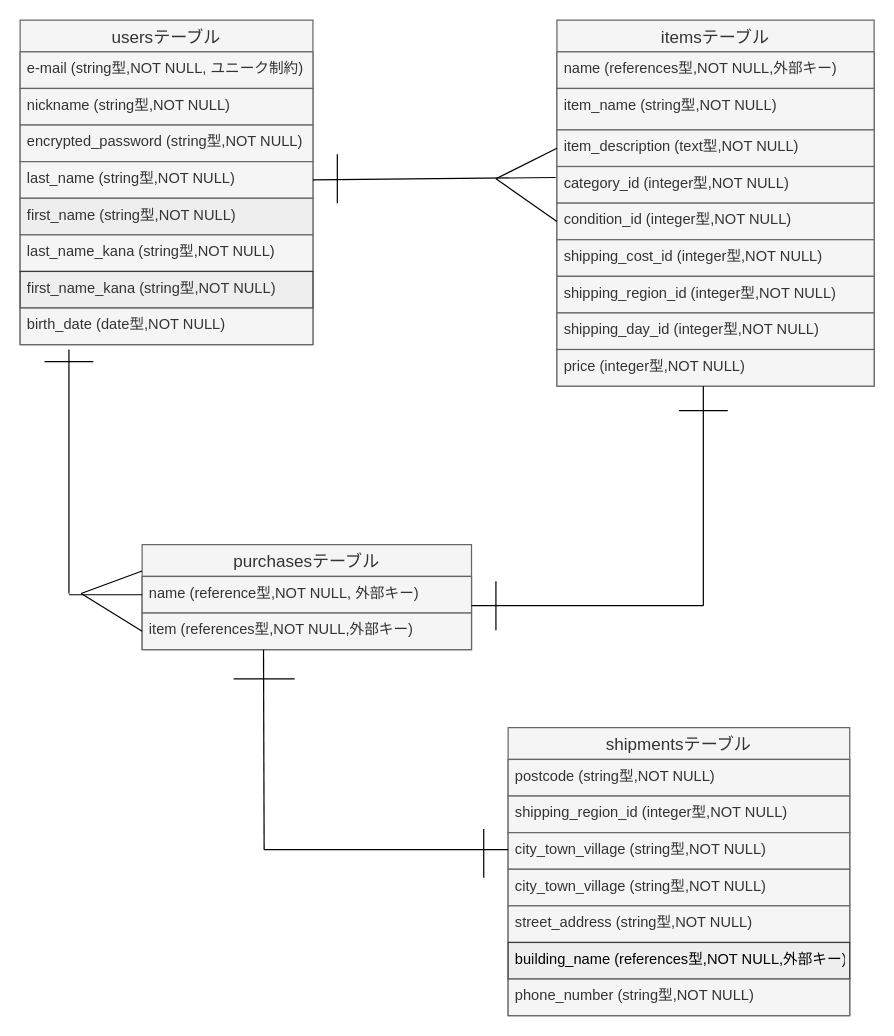
This is er.dio from BR9-2020/furima-39597, a draw.io file, before an edit. Source tidied: cells renumbered, new cells numbered last; positions are measured from the earlier drawing's top-left corner, leaving out a move shared by most shapes. Both pictures are drawn from the tidied source at 122%, with x=0, y=0 at pixel (20, 20).
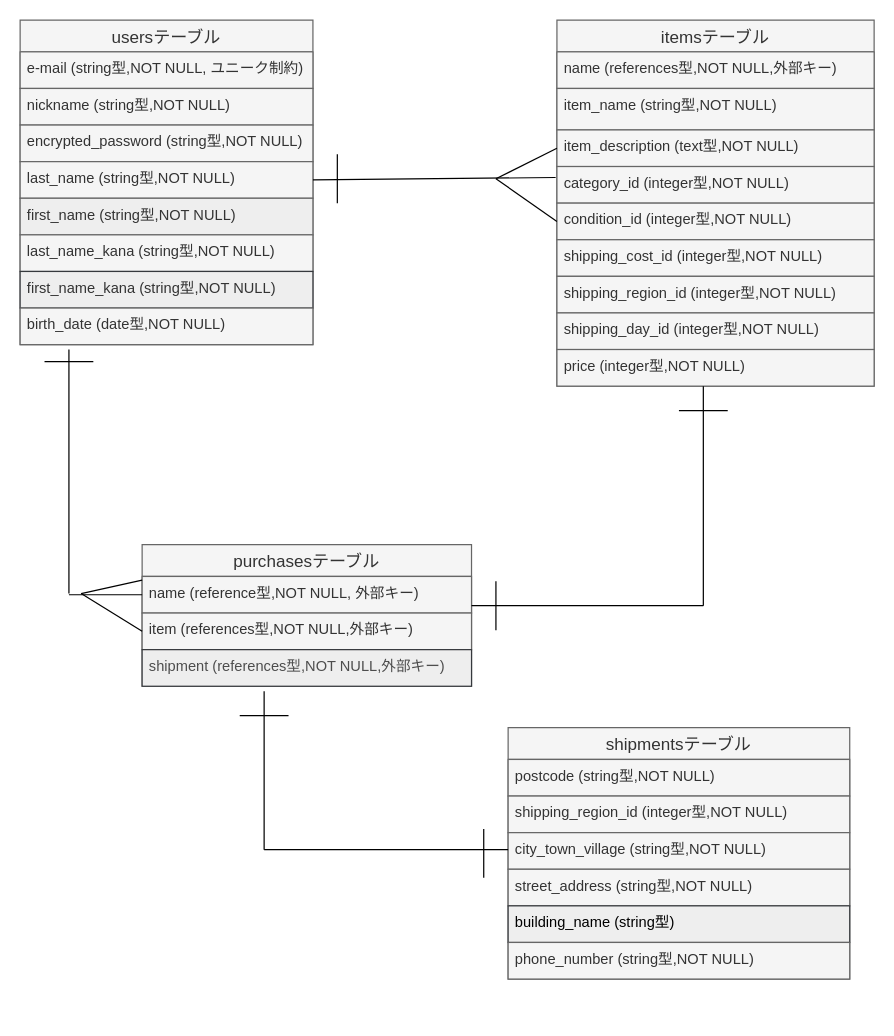
Above is the later version.

Diff of the diagram source:
```diff
@@
     <mxCell id="21" value="purchasesテーブル" style="swimlane;fontStyle=0;horizontal=1;startSize=26;align=center;fontSize=14;fillColor=#f5f5f5;fontColor=#333333;strokeColor=#666666;" parent="1" vertex="1">
-      <mxGeometry x="100" y="430" width="270" height="86" as="geometry" />
+      <mxGeometry x="100" y="430" width="270" height="116" as="geometry" />
     </mxCell>
@@
+    <mxCell id="49" value="shipment (references型,NOT NULL,外部キー)" style="text;strokeColor=#36393d;fillColor=#eeeeee;spacingLeft=4;spacingRight=4;overflow=hidden;fontSize=12;fontColor=#4D4D4D;" parent="21" vertex="1">
+      <mxGeometry y="86" width="270" height="30" as="geometry" />
+    </mxCell>
     <mxCell id="24" value="shipmentsテーブル" style="swimlane;fontStyle=0;horizontal=1;startSize=26;align=center;fontSize=14;fillColor=#f5f5f5;fontColor=#333333;strokeColor=#666666;" parent="1" vertex="1">
-      <mxGeometry x="400" y="580" width="280" height="236" as="geometry" />
+      <mxGeometry x="400" y="580" width="280" height="206" as="geometry" />
     </mxCell>
@@
-    <mxCell id="28" value="city_town_village (string型,NOT NULL)" style="text;strokeColor=#666666;fillColor=#f5f5f5;spacingLeft=4;spacingRight=4;overflow=hidden;fontSize=12;fontColor=#333333;" parent="24" vertex="1">
-      <mxGeometry y="116" width="280" height="30" as="geometry" />
-    </mxCell>
     <mxCell id="29" value="street_address (string型,NOT NULL)" style="text;strokeColor=#666666;fillColor=#f5f5f5;spacingLeft=4;spacingRight=4;overflow=hidden;fontSize=12;fontColor=#333333;" parent="24" vertex="1">
-      <mxGeometry y="146" width="280" height="30" as="geometry" />
+      <mxGeometry y="116" width="280" height="30" as="geometry" />
     </mxCell>
-    <mxCell id="30" value="building_name (references型,NOT NULL,外部キー)" style="text;strokeColor=#36393d;fillColor=#eeeeee;spacingLeft=4;spacingRight=4;overflow=hidden;fontSize=12;fontColor=#000000;" parent="24" vertex="1">
-      <mxGeometry y="176" width="280" height="30" as="geometry" />
+    <mxCell id="30" value="building_name (string型)" style="text;strokeColor=#36393d;fillColor=#eeeeee;spacingLeft=4;spacingRight=4;overflow=hidden;fontSize=12;fontColor=#000000;" parent="24" vertex="1">
+      <mxGeometry y="146" width="280" height="30" as="geometry" />
     </mxCell>
     <mxCell id="31" value="phone_number (string型,NOT NULL)" style="text;strokeColor=#666666;fillColor=#f5f5f5;spacingLeft=4;spacingRight=4;overflow=hidden;fontSize=12;fontColor=#333333;" parent="24" vertex="1">
-      <mxGeometry y="206" width="280" height="30" as="geometry" />
+      <mxGeometry y="176" width="280" height="30" as="geometry" />
     </mxCell>
@@
     <mxCell id="46" style="endArrow=none;html=1;rounded=0;strokeColor=default;strokeWidth=1;" parent="1" edge="1">
       <mxGeometry relative="1" as="geometry">
-        <mxPoint x="199.5" y="516" as="sourcePoint" />
+        <mxPoint x="200" y="550" as="sourcePoint" />
         <mxPoint x="200" y="680" as="targetPoint" />
       </mxGeometry>
     </mxCell>
     <mxCell id="47" style="endArrow=none;html=1;rounded=0;strokeColor=default;strokeWidth=1;" parent="1" edge="1">
       <mxGeometry relative="1" as="geometry">
-        <mxPoint x="175" y="540" as="sourcePoint" />
-        <mxPoint x="225" y="540" as="targetPoint" />
+        <mxPoint x="180" y="570" as="sourcePoint" />
+        <mxPoint x="220" y="570" as="targetPoint" />
       </mxGeometry>
     </mxCell>
```
